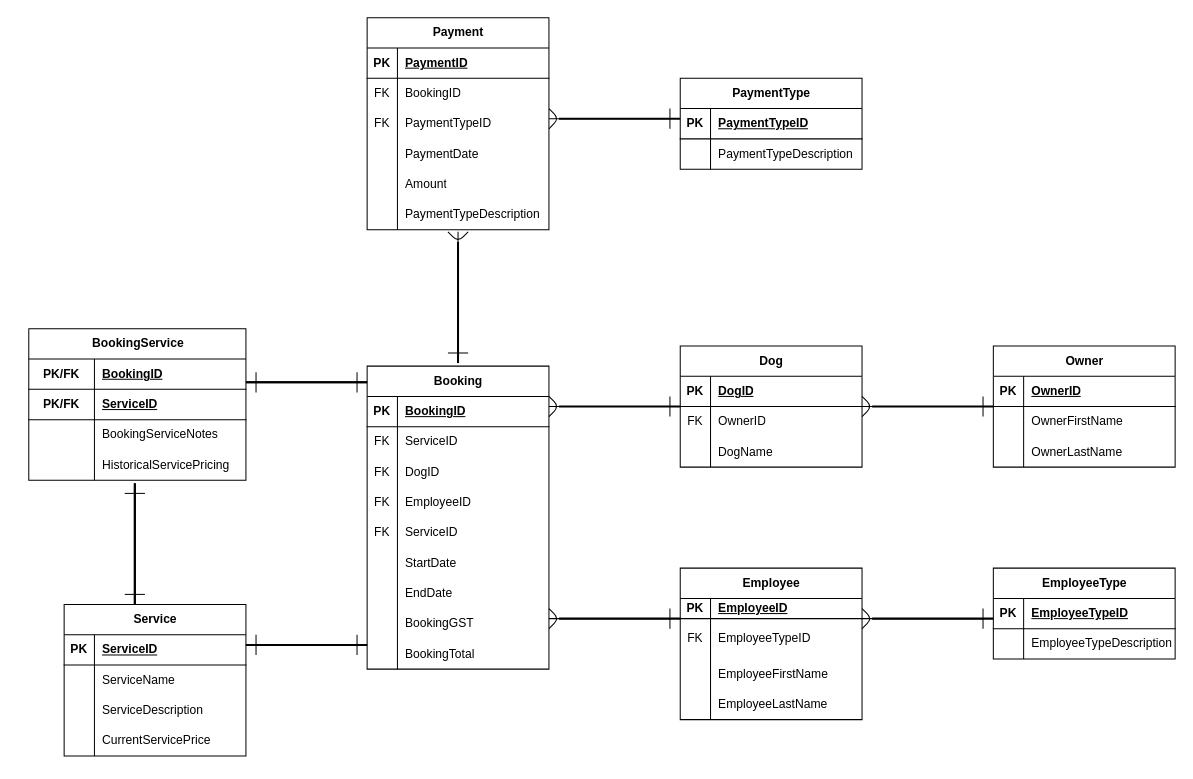
Above: Assignment 1 - DUE OCT 2/Assignment1_James_Jaffray/Merged_ERDs.drawio in James-Jaffray/Database_Fundamentals_in_Class (draw.io), before the change. Source tidied: cells renumbered, new cells numbered last; positions are measured from the earlier drawing's top-left corner, leaving out a move shared by most shapes. Both pictures are drawn from the tidied source at 101%, with x=0, y=0 at pixel (28, 17).
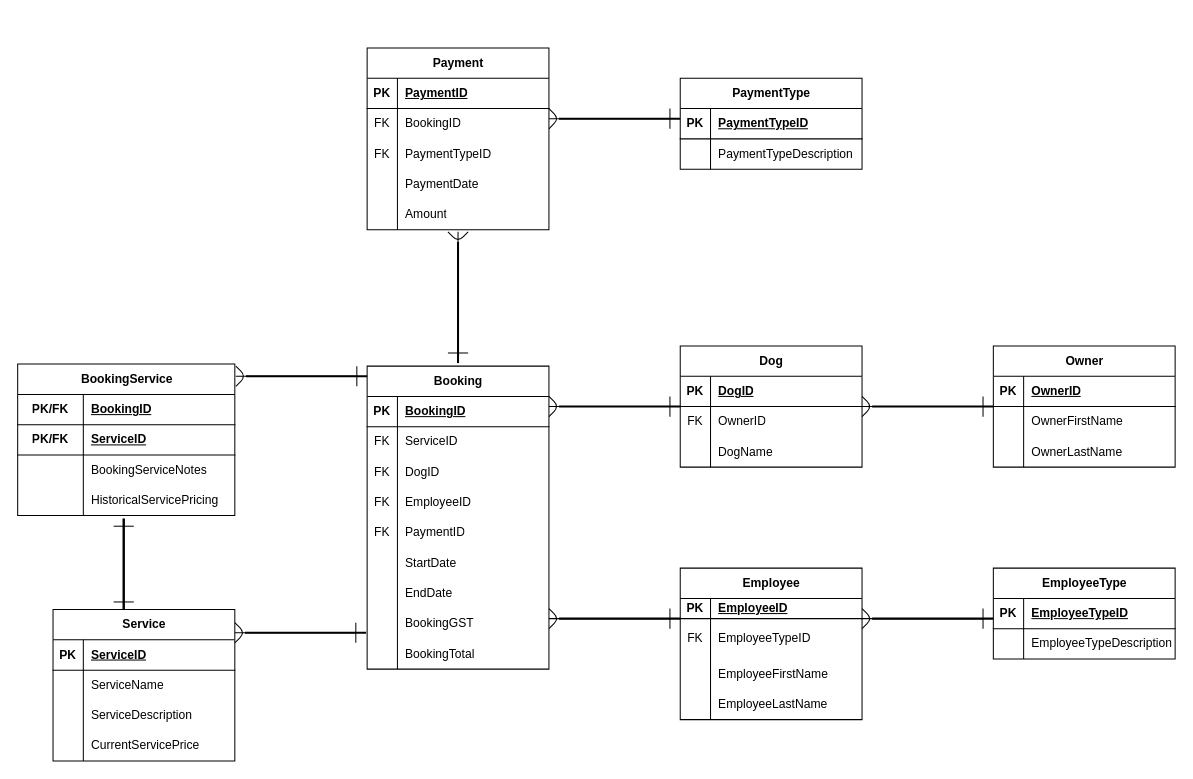
The same diagram, later.

Unchanged cells that the change refers to:
```xml
<mxCell id="15" style="shape=tableRow;horizontal=0;startSize=0;swimlaneHead=0;swimlaneBody=0;fillColor=none;top=0;left=0;right=0;bottom=0;" parent="2" vertex="1">
  <mxGeometry y="150" width="180" height="30" as="geometry" />
</mxCell>
```

Diff of the diagram source:
```diff
@@
-    <mxCell id="17" value="ServiceID" style="shape=partialRectangle;fillColor=none;top=0;left=0;bottom=0;right=0;align=left;spacingLeft=6;overflow=hidden;whiteSpace=wrap;html=1;" parent="15" vertex="1">
-      <mxGeometry x="30" width="150" height="30" as="geometry" />
-    </mxCell>
+    <mxCell id="184" value="PaymentID" style="shape=partialRectangle;fillColor=none;top=0;left=0;bottom=0;right=0;align=left;spacingLeft=6;overflow=hidden;whiteSpace=wrap;html=1;" parent="15" vertex="1">
+      <mxGeometry x="30" width="150" height="30" as="geometry" />
+    </mxCell>
@@
     <mxCell id="30" value="Payment" style="shape=table;startSize=30;childLayout=tableLayout;rowLines=0;fontStyle=1;align=center;html=1;" parent="1" vertex="1">
-      <mxGeometry x="335" width="180" height="210" as="geometry" />
+      <mxGeometry x="335" y="30" width="180" height="180" as="geometry" />
     </mxCell>
@@
-    <mxCell id="46" style="shape=tableRow;horizontal=0;startSize=0;swimlaneHead=0;swimlaneBody=0;fillColor=none;top=0;left=0;right=0;bottom=0;" parent="30" vertex="1">
-      <mxGeometry y="180" width="180" height="30" as="geometry" />
-    </mxCell>
-    <mxCell id="47" style="shape=partialRectangle;fillColor=none;top=0;left=0;bottom=0;right=0;overflow=hidden;whiteSpace=wrap;html=1;" parent="46" vertex="1">
-      <mxGeometry width="30" height="30" as="geometry" />
-    </mxCell>
-    <mxCell id="48" value="PaymentTypeDescription" style="shape=partialRectangle;fillColor=none;top=0;left=0;bottom=0;right=0;align=left;spacingLeft=6;overflow=hidden;whiteSpace=wrap;html=1;" parent="46" vertex="1">
-      <mxGeometry x="30" width="150" height="30" as="geometry" />
-    </mxCell>
@@
     <mxCell id="86" value="Service" style="shape=table;startSize=30;childLayout=tableLayout;rowLines=0;fontStyle=1;align=center;html=1;" parent="1" vertex="1">
-      <mxGeometry x="35" y="581" width="180" height="150" as="geometry" />
+      <mxGeometry x="24" y="586" width="180" height="150" as="geometry" />
     </mxCell>
@@
     <mxCell id="99" value="BookingService" style="shape=table;startSize=30;childLayout=tableLayout;rowLines=0;fontStyle=1;align=center;html=1;" parent="1" vertex="1">
-      <mxGeometry y="308" width="215" height="150" as="geometry" />
+      <mxGeometry x="-11" y="343" width="215" height="150" as="geometry" />
     </mxCell>
@@
-    <mxCell id="136" style="group;rotation=0;" parent="1" vertex="1">
-      <mxGeometry x="205" y="351" width="130" height="20" as="geometry" />
-    </mxCell>
-    <mxCell id="137" style="group;rotation=0;" parent="136" vertex="1">
-      <mxGeometry x="10" width="120" height="20" as="geometry" />
-    </mxCell>
-    <mxCell id="138" style="endArrow=none;html=1;strokeWidth=2;" parent="137" edge="1">
-      <mxGeometry relative="1" as="geometry">
-        <mxPoint y="10" as="sourcePoint" />
-        <mxPoint x="120" y="10" as="targetPoint" />
-      </mxGeometry>
-    </mxCell>
-    <mxCell id="139" style="endArrow=none;html=1;" parent="137" edge="1">
-      <mxGeometry relative="1" as="geometry">
-        <mxPoint x="110" y="20" as="sourcePoint" />
-        <mxPoint x="110" as="targetPoint" />
-      </mxGeometry>
-    </mxCell>
-    <mxCell id="140" style="group;rotation=-180;" parent="1" vertex="1">
-      <mxGeometry x="215" y="385" width="130" height="20" as="geometry" />
-    </mxCell>
-    <mxCell id="141" style="group;rotation=-180;" parent="140" vertex="1">
-      <mxGeometry y="-34" width="120" height="20" as="geometry" />
-    </mxCell>
-    <mxCell id="142" style="endArrow=none;html=1;strokeWidth=2;" parent="141" edge="1">
-      <mxGeometry relative="1" as="geometry">
-        <mxPoint x="120" y="10" as="sourcePoint" />
-        <mxPoint y="10" as="targetPoint" />
-      </mxGeometry>
-    </mxCell>
-    <mxCell id="143" style="endArrow=none;html=1;" parent="141" edge="1">
-      <mxGeometry relative="1" as="geometry">
-        <mxPoint x="10" as="sourcePoint" />
-        <mxPoint x="10" y="20" as="targetPoint" />
-      </mxGeometry>
-    </mxCell>
-    <mxCell id="144" style="group;rotation=0;" parent="1" vertex="1">
-      <mxGeometry x="215" y="611" width="120" height="20" as="geometry" />
-    </mxCell>
-    <mxCell id="145" style="endArrow=none;html=1;strokeWidth=2;" parent="144" edge="1">
-      <mxGeometry relative="1" as="geometry">
-        <mxPoint y="10" as="sourcePoint" />
-        <mxPoint x="120" y="10" as="targetPoint" />
-      </mxGeometry>
-    </mxCell>
-    <mxCell id="146" style="endArrow=none;html=1;" parent="144" edge="1">
-      <mxGeometry relative="1" as="geometry">
-        <mxPoint x="110" y="20" as="sourcePoint" />
-        <mxPoint x="110" as="targetPoint" />
-      </mxGeometry>
-    </mxCell>
-    <mxCell id="147" style="group;rotation=-180;" parent="1" vertex="1">
-      <mxGeometry x="215" y="611" width="120" height="20" as="geometry" />
-    </mxCell>
-    <mxCell id="148" style="endArrow=none;html=1;strokeWidth=2;" parent="147" edge="1">
-      <mxGeometry relative="1" as="geometry">
-        <mxPoint x="120" y="10" as="sourcePoint" />
-        <mxPoint y="10" as="targetPoint" />
-      </mxGeometry>
-    </mxCell>
-    <mxCell id="149" style="endArrow=none;html=1;" parent="147" edge="1">
-      <mxGeometry relative="1" as="geometry">
-        <mxPoint x="10" as="sourcePoint" />
-        <mxPoint x="10" y="20" as="targetPoint" />
-      </mxGeometry>
-    </mxCell>
     <mxCell id="150" style="group;rotation=-90;" parent="1" vertex="1">
-      <mxGeometry x="45" y="511" width="120" height="20" as="geometry" />
+      <mxGeometry x="49" y="531" width="90" height="20" as="geometry" />
     </mxCell>
     <mxCell id="151" style="endArrow=none;html=1;strokeWidth=2;" parent="150" edge="1">
       <mxGeometry relative="1" as="geometry">
-        <mxPoint x="60" y="70" as="sourcePoint" />
-        <mxPoint x="60" y="-50" as="targetPoint" />
+        <mxPoint x="45" y="55" as="sourcePoint" />
+        <mxPoint x="45" y="-35" as="targetPoint" />
       </mxGeometry>
     </mxCell>
     <mxCell id="152" style="endArrow=none;html=1;" parent="150" edge="1">
       <mxGeometry relative="1" as="geometry">
-        <mxPoint x="70" y="-40" as="sourcePoint" />
-        <mxPoint x="50" y="-40" as="targetPoint" />
+        <mxPoint x="55" y="-27.5" as="sourcePoint" />
+        <mxPoint x="35" y="-27.5" as="targetPoint" />
       </mxGeometry>
     </mxCell>
     <mxCell id="153" style="group;rotation=90;" parent="150" vertex="1">
-      <mxGeometry width="120" height="20" as="geometry" />
+      <mxGeometry width="90" height="20" as="geometry" />
     </mxCell>
     <mxCell id="154" style="endArrow=none;html=1;strokeWidth=2;" parent="153" edge="1">
       <mxGeometry relative="1" as="geometry">
-        <mxPoint x="60" y="-50" as="sourcePoint" />
-        <mxPoint x="60" y="70" as="targetPoint" />
+        <mxPoint x="45" y="-35" as="sourcePoint" />
+        <mxPoint x="45" y="55" as="targetPoint" />
       </mxGeometry>
     </mxCell>
     <mxCell id="155" style="endArrow=none;html=1;" parent="153" edge="1">
       <mxGeometry relative="1" as="geometry">
-        <mxPoint x="50" y="60" as="sourcePoint" />
-        <mxPoint x="70" y="60" as="targetPoint" />
+        <mxPoint x="35" y="47.5" as="sourcePoint" />
+        <mxPoint x="55" y="47.5" as="targetPoint" />
       </mxGeometry>
     </mxCell>
@@
+    <mxCell id="185" style="group;" parent="1" vertex="1">
+      <mxGeometry x="205" y="345" width="130" height="20" as="geometry" />
+    </mxCell>
+    <mxCell id="186" style="group;" parent="185" vertex="1">
+      <mxGeometry x="10" width="120" height="20" as="geometry" />
+    </mxCell>
+    <mxCell id="187" style="endArrow=none;html=1;strokeWidth=2;" parent="186" edge="1">
+      <mxGeometry relative="1" as="geometry">
+        <mxPoint y="10" as="sourcePoint" />
+        <mxPoint x="120" y="10" as="targetPoint" />
+      </mxGeometry>
+    </mxCell>
+    <mxCell id="188" style="endArrow=none;html=1;" parent="186" edge="1">
+      <mxGeometry relative="1" as="geometry">
+        <mxPoint x="109.8" y="20" as="sourcePoint" />
+        <mxPoint x="109.8" as="targetPoint" />
+      </mxGeometry>
+    </mxCell>
+    <mxCell id="189" style="group;rotation=-180;" parent="185" vertex="1">
+      <mxGeometry width="120" height="20" as="geometry" />
+    </mxCell>
+    <mxCell id="190" style="endArrow=none;html=1;" parent="189" edge="1">
+      <mxGeometry relative="1" as="geometry">
+        <mxPoint x="120" y="10" as="sourcePoint" />
+        <mxPoint y="10" as="targetPoint" />
+      </mxGeometry>
+    </mxCell>
+    <mxCell id="191" style="endArrow=none;html=1;" parent="189" edge="1">
+      <mxGeometry relative="1" as="geometry">
+        <mxPoint as="sourcePoint" />
+        <mxPoint y="20" as="targetPoint" />
+        <Array as="points">
+          <mxPoint x="10" y="10" />
+        </Array>
+      </mxGeometry>
+    </mxCell>
+    <mxCell id="192" style="group;" parent="1" vertex="1">
+      <mxGeometry x="204" y="599" width="130" height="20" as="geometry" />
+    </mxCell>
+    <mxCell id="193" style="group;" parent="192" vertex="1">
+      <mxGeometry x="10" width="120" height="20" as="geometry" />
+    </mxCell>
+    <mxCell id="194" style="endArrow=none;html=1;strokeWidth=2;" parent="193" edge="1">
+      <mxGeometry relative="1" as="geometry">
+        <mxPoint y="10" as="sourcePoint" />
+        <mxPoint x="120" y="10" as="targetPoint" />
+      </mxGeometry>
+    </mxCell>
+    <mxCell id="195" style="endArrow=none;html=1;" parent="193" edge="1">
+      <mxGeometry relative="1" as="geometry">
+        <mxPoint x="109.8" y="20" as="sourcePoint" />
+        <mxPoint x="109.8" as="targetPoint" />
+      </mxGeometry>
+    </mxCell>
+    <mxCell id="196" style="group;rotation=-180;" parent="192" vertex="1">
+      <mxGeometry width="120" height="20" as="geometry" />
+    </mxCell>
+    <mxCell id="197" style="endArrow=none;html=1;" parent="196" edge="1">
+      <mxGeometry relative="1" as="geometry">
+        <mxPoint x="120" y="10" as="sourcePoint" />
+        <mxPoint y="10" as="targetPoint" />
+      </mxGeometry>
+    </mxCell>
+    <mxCell id="198" style="endArrow=none;html=1;" parent="196" edge="1">
+      <mxGeometry relative="1" as="geometry">
+        <mxPoint as="sourcePoint" />
+        <mxPoint y="20" as="targetPoint" />
+        <Array as="points">
+          <mxPoint x="10" y="10" />
+        </Array>
+      </mxGeometry>
+    </mxCell>
```
